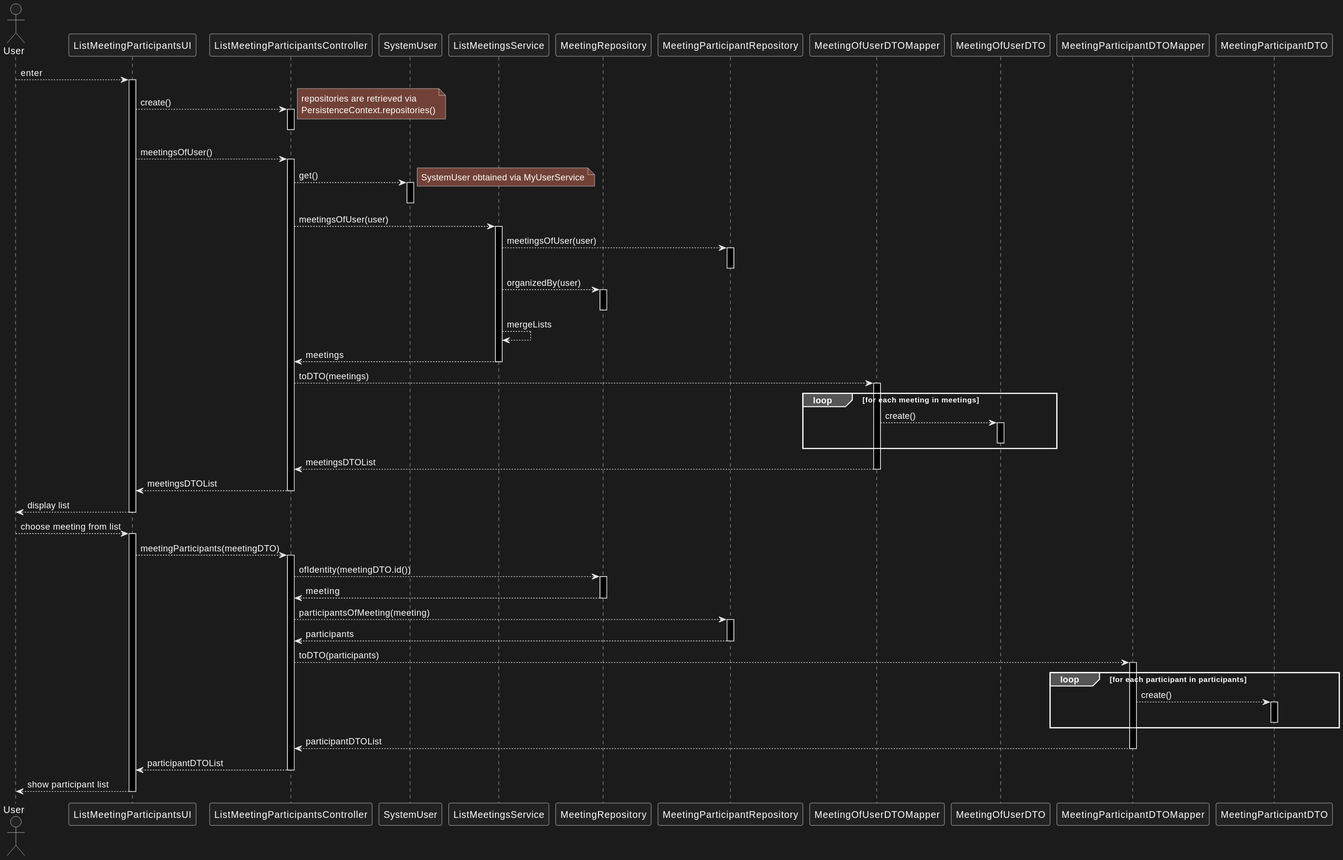
Before: docs/us_4004/sd.svg, a diagram exported from PlantUML (jovami/isep-lapr4).
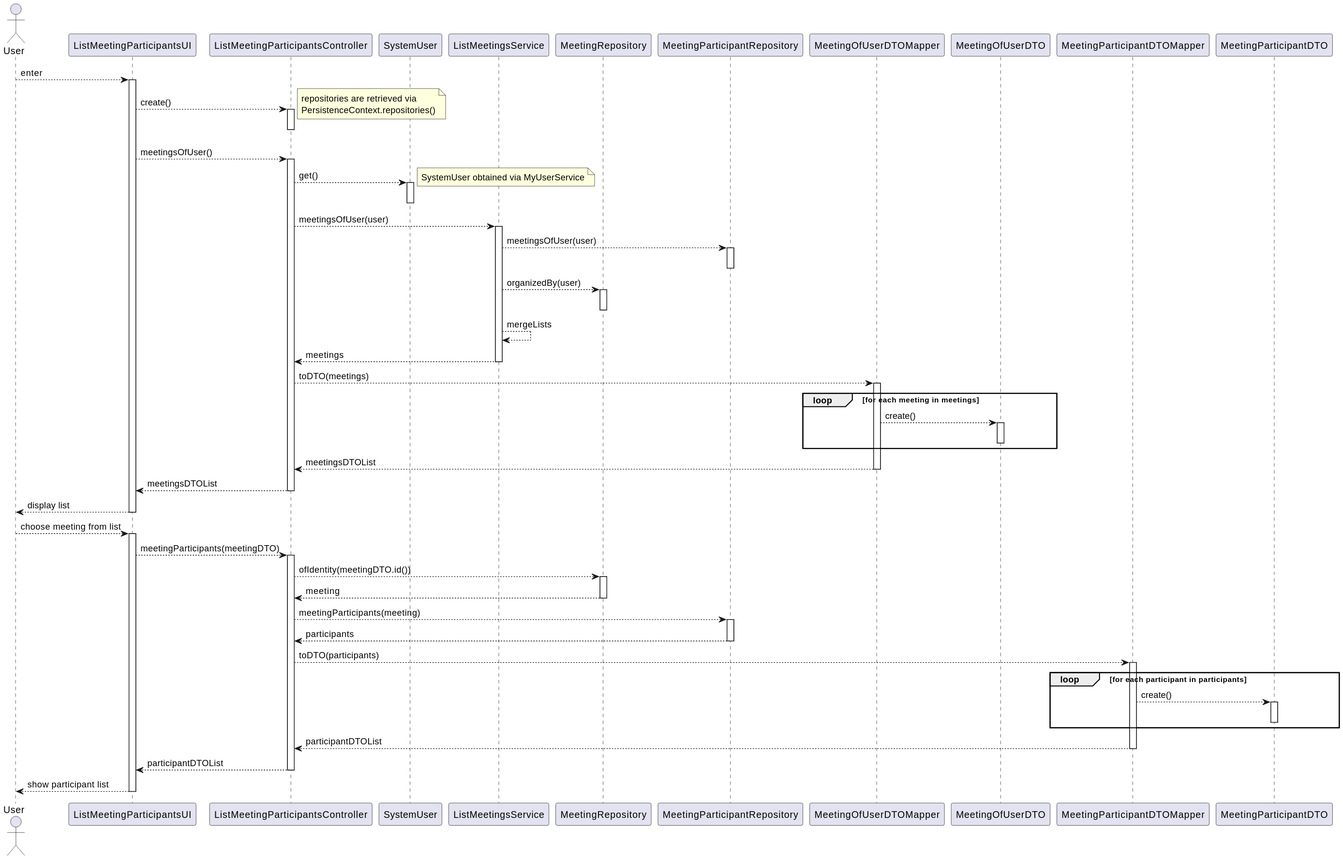
After the change.

Commit message:
docs(us_4004): update use case documentation

Change to the diagram source:
```diff
@@ -73,7 +73,7 @@
             m_repo --> ctrl : meeting
         deactivate m_repo
 
-        ctrl --> mp_repo : participantsOfMeeting(meeting)
+        ctrl --> mp_repo : meetingParticipants(meeting)
         activate mp_repo
             mp_repo --> ctrl : participants
         deactivate mp_repo
```
